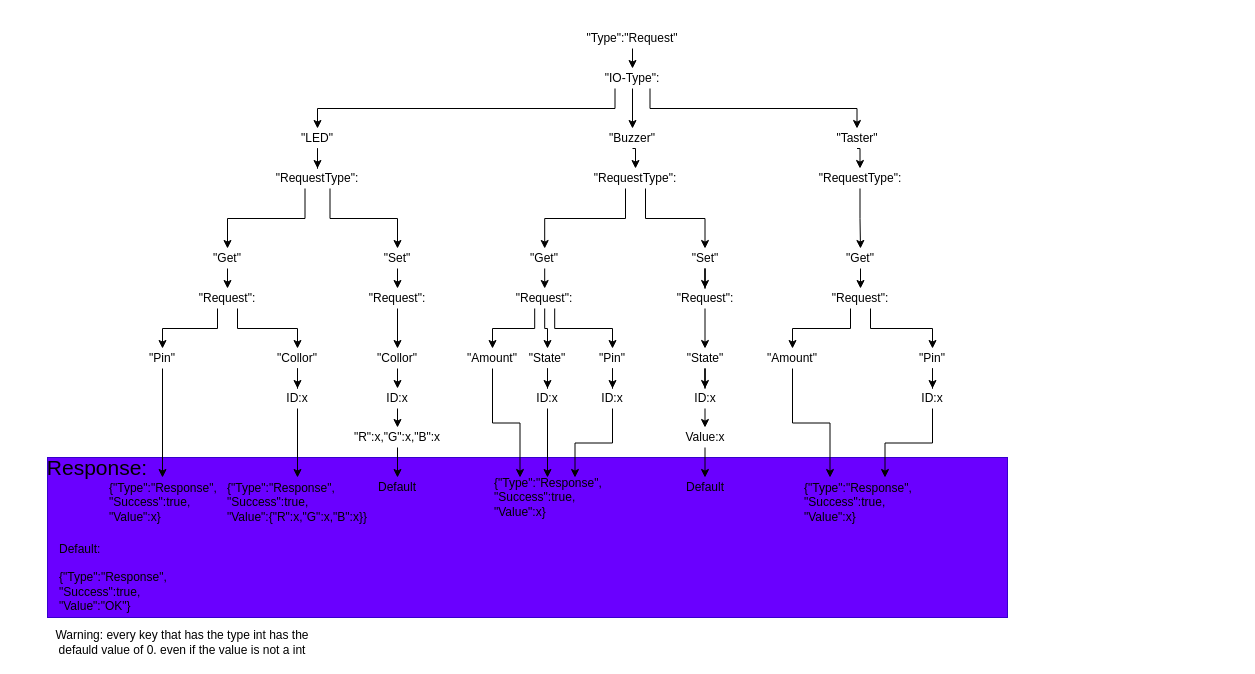
TheEinfachFelix/GameMaster keeps this draw.io diagram as src/BuzzerScript/API Doku.drawio. Above is the earlier version. Source tidied: cells renumbered, new cells numbered last; positions are measured from the earlier drawing's top-left corner, leaving out a move shared by most shapes. Both pictures are drawn from the tidied source at 100%, with x=0, y=0 at pixel (47, 28).
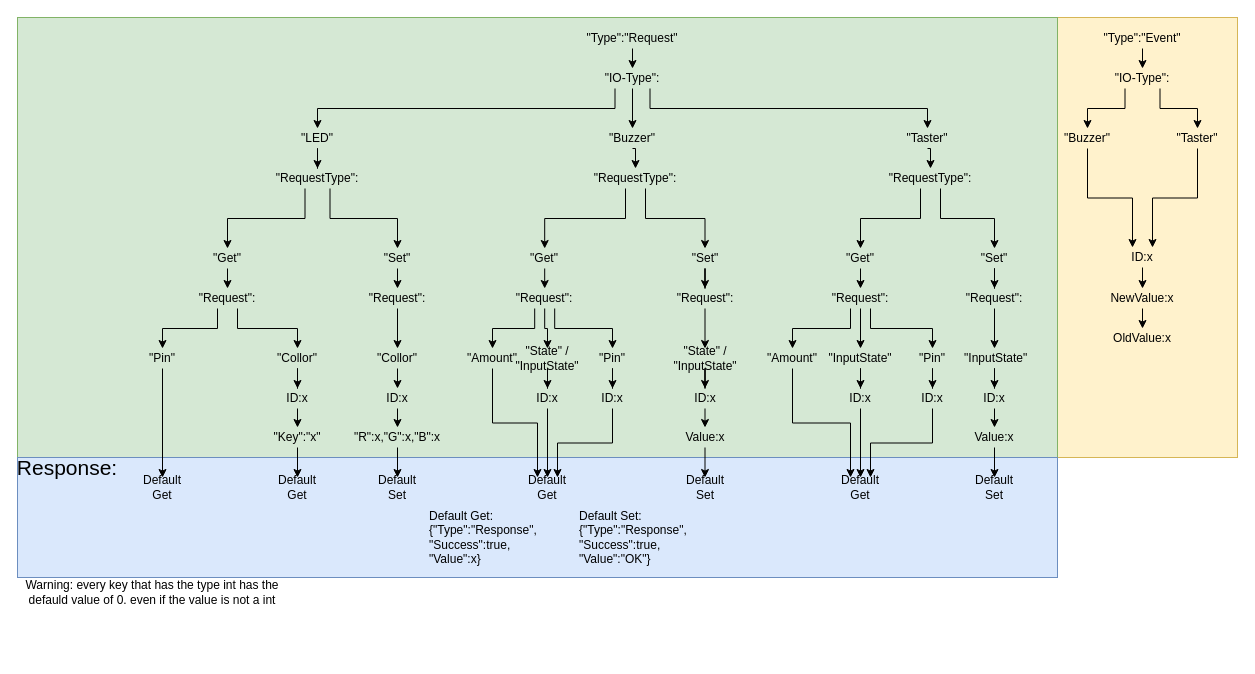
After the change.

Unchanged cells that the change refers to:
```xml
<mxCell id="32" value="&quot;Get&quot;" style="text;html=1;strokeColor=none;fillColor=none;align=center;verticalAlign=middle;whiteSpace=wrap;rounded=0;" parent="1" vertex="1">
  <mxGeometry x="793" y="220" width="40" height="20" as="geometry" />
</mxCell>
<mxCell id="43" value="&lt;div&gt;&quot;Request&quot;:&lt;/div&gt;" style="text;html=1;strokeColor=none;fillColor=none;align=center;verticalAlign=middle;whiteSpace=wrap;rounded=0;" parent="1" vertex="1">
  <mxGeometry x="793" y="260" width="40" height="20" as="geometry" />
</mxCell>
<mxCell id="45" value="&quot;Amount&quot;" style="text;html=1;strokeColor=none;fillColor=none;align=center;verticalAlign=middle;whiteSpace=wrap;rounded=0;" parent="1" vertex="1">
  <mxGeometry x="725" y="320" width="40" height="20" as="geometry" />
</mxCell>
<mxCell id="49" value="ID:x" style="text;html=1;strokeColor=none;fillColor=none;align=center;verticalAlign=middle;whiteSpace=wrap;rounded=0;" parent="1" vertex="1">
  <mxGeometry x="865" y="360" width="40" height="20" as="geometry" />
</mxCell>
<mxCell id="53" value="&quot;Amount&quot;" style="text;html=1;strokeColor=none;fillColor=none;align=center;verticalAlign=middle;whiteSpace=wrap;rounded=0;" parent="1" vertex="1">
  <mxGeometry x="425" y="320" width="40" height="20" as="geometry" />
</mxCell>
<mxCell id="57" value="ID:x" style="text;html=1;strokeColor=none;fillColor=none;align=center;verticalAlign=middle;whiteSpace=wrap;rounded=0;" parent="1" vertex="1">
  <mxGeometry x="545" y="360" width="40" height="20" as="geometry" />
</mxCell>
<mxCell id="63" value="&quot;Pin&quot;" style="text;html=1;strokeColor=none;fillColor=none;align=center;verticalAlign=middle;whiteSpace=wrap;rounded=0;" parent="1" vertex="1">
  <mxGeometry x="95" y="320" width="40" height="20" as="geometry" />
</mxCell>
<mxCell id="67" value="ID:x" style="text;html=1;strokeColor=none;fillColor=none;align=center;verticalAlign=middle;whiteSpace=wrap;rounded=0;" parent="1" vertex="1">
  <mxGeometry x="230" y="360" width="40" height="20" as="geometry" />
</mxCell>
<mxCell id="86" value="ID:x" style="text;html=1;strokeColor=none;fillColor=none;align=center;verticalAlign=middle;whiteSpace=wrap;rounded=0;" parent="1" vertex="1">
  <mxGeometry x="480" y="360" width="40" height="20" as="geometry" />
</mxCell>
```

Diff of the diagram source:
```diff
@@
+    <mxCell id="90" style="rounded=0;whiteSpace=wrap;html=1;fillColor=#fff2cc;strokeColor=#d6b656;" parent="1" vertex="1">
+      <mxGeometry x="1010" y="-11" width="180" height="440" as="geometry" />
+    </mxCell>
+    <mxCell id="91" style="rounded=0;whiteSpace=wrap;html=1;fillColor=#d5e8d4;strokeColor=#82b366;" parent="1" vertex="1">
+      <mxGeometry x="-30" y="-11" width="1040" height="440" as="geometry" />
+    </mxCell>
-    <mxCell id="2" style="rounded=0;whiteSpace=wrap;html=1;align=left;fillColor=#6a00ff;strokeColor=#3700CC;fontColor=#ffffff;" parent="1" vertex="1">
-      <mxGeometry y="429" width="960" height="160" as="geometry" />
+    <mxCell id="2" style="rounded=0;whiteSpace=wrap;html=1;align=left;fillColor=#dae8fc;strokeColor=#6c8ebf;" parent="1" vertex="1">
+      <mxGeometry x="-30" y="429" width="1040" height="120" as="geometry" />
     </mxCell>
@@
     <mxCell id="11" value="&quot;Taster&quot;" style="text;html=1;strokeColor=none;fillColor=none;align=center;verticalAlign=middle;whiteSpace=wrap;rounded=0;" parent="1" vertex="1">
-      <mxGeometry x="789.5" y="100" width="40" height="20" as="geometry" />
+      <mxGeometry x="860" y="100" width="40" height="20" as="geometry" />
     </mxCell>
@@
-    <mxCell id="29" style="edgeStyle=orthogonalEdgeStyle;rounded=0;jettySize=auto;html=1;exitX=0.5;exitY=1;exitDx=0;exitDy=0;entryX=0.5;entryY=0;entryDx=0;entryDy=0;" parent="1" edge="1" source="30" target="32">
+    <mxCell id="29" style="edgeStyle=orthogonalEdgeStyle;rounded=0;jettySize=auto;html=1;exitX=0.25;exitY=1;exitDx=0;exitDy=0;entryX=0.5;entryY=0;entryDx=0;entryDy=0;" parent="1" edge="1" source="30" target="32">
       <mxGeometry relative="1" as="geometry" />
     </mxCell>
+    <mxCell id="92" style="edgeStyle=orthogonalEdgeStyle;rounded=0;jettySize=auto;html=1;exitX=0.75;exitY=1;exitDx=0;exitDy=0;entryX=0.5;entryY=0;entryDx=0;entryDy=0;" parent="1" edge="1" source="30" target="102">
+      <mxGeometry relative="1" as="geometry" />
+    </mxCell>
     <mxCell id="30" value="&quot;RequestType&quot;:" style="text;html=1;strokeColor=none;fillColor=none;align=center;verticalAlign=middle;whiteSpace=wrap;rounded=0;" parent="1" vertex="1">
-      <mxGeometry x="792.5" y="140" width="40" height="20" as="geometry" />
+      <mxGeometry x="863" y="140" width="40" height="20" as="geometry" />
     </mxCell>
@@
+    <mxCell id="93" style="edgeStyle=orthogonalEdgeStyle;rounded=0;jettySize=auto;html=1;exitX=0.5;exitY=1;exitDx=0;exitDy=0;entryX=0.5;entryY=0;entryDx=0;entryDy=0;" parent="1" edge="1" source="43" target="113">
+      <mxGeometry relative="1" as="geometry" />
+    </mxCell>
@@
-    <mxCell id="44" style="edgeStyle=orthogonalEdgeStyle;rounded=0;jettySize=auto;html=1;exitX=0.5;exitY=1;exitDx=0;exitDy=0;entryX=0.25;entryY=0;entryDx=0;entryDy=0;" parent="1" edge="1" source="45" target="81">
+    <mxCell id="44" style="edgeStyle=orthogonalEdgeStyle;rounded=0;jettySize=auto;html=1;exitX=0.5;exitY=1;exitDx=0;exitDy=0;entryX=0.25;entryY=0;entryDx=0;entryDy=0;" parent="1" edge="1" source="45" target="100">
       <mxGeometry relative="1" as="geometry" />
     </mxCell>
@@
-    <mxCell id="48" style="edgeStyle=orthogonalEdgeStyle;rounded=0;jettySize=auto;html=1;exitX=0.5;exitY=1;exitDx=0;exitDy=0;entryX=0.75;entryY=0;entryDx=0;entryDy=0;" parent="1" edge="1" source="49" target="81">
+    <mxCell id="48" style="edgeStyle=orthogonalEdgeStyle;rounded=0;jettySize=auto;html=1;exitX=0.5;exitY=1;exitDx=0;exitDy=0;entryX=0.75;entryY=0;entryDx=0;entryDy=0;" parent="1" edge="1" source="49" target="100">
       <mxGeometry relative="1" as="geometry" />
     </mxCell>
@@
-    <mxCell id="52" style="edgeStyle=orthogonalEdgeStyle;rounded=0;jettySize=auto;html=1;exitX=0.5;exitY=1;exitDx=0;exitDy=0;entryX=0.25;entryY=0;entryDx=0;entryDy=0;" parent="1" edge="1" source="53" target="80">
+    <mxCell id="52" style="edgeStyle=orthogonalEdgeStyle;rounded=0;jettySize=auto;html=1;exitX=0.5;exitY=1;exitDx=0;exitDy=0;entryX=0.25;entryY=0;entryDx=0;entryDy=0;" parent="1" edge="1" source="53" target="99">
       <mxGeometry relative="1" as="geometry" />
     </mxCell>
@@
-    <mxCell id="56" style="edgeStyle=orthogonalEdgeStyle;rounded=0;jettySize=auto;html=1;exitX=0.5;exitY=1;exitDx=0;exitDy=0;entryX=0.75;entryY=0;entryDx=0;entryDy=0;" parent="1" edge="1" source="57" target="80">
+    <mxCell id="56" style="edgeStyle=orthogonalEdgeStyle;rounded=0;jettySize=auto;html=1;exitX=0.5;exitY=1;exitDx=0;exitDy=0;entryX=0.75;entryY=0;entryDx=0;entryDy=0;" parent="1" edge="1" source="57" target="99">
       <mxGeometry relative="1" as="geometry" />
     </mxCell>
@@
-    <mxCell id="59" value="&quot;State&quot;" style="text;html=1;strokeColor=none;fillColor=none;align=center;verticalAlign=middle;whiteSpace=wrap;rounded=0;" parent="1" vertex="1">
+    <mxCell id="59" value="&quot;State&quot; / &quot;InputState&quot;" style="text;html=1;strokeColor=none;fillColor=none;align=center;verticalAlign=middle;whiteSpace=wrap;rounded=0;" parent="1" vertex="1">
       <mxGeometry x="637.5" y="320" width="40" height="20" as="geometry" />
     </mxCell>
@@
-    <mxCell id="62" style="edgeStyle=orthogonalEdgeStyle;rounded=0;jettySize=auto;html=1;exitX=0.5;exitY=1;exitDx=0;exitDy=0;entryX=0.5;entryY=0;entryDx=0;entryDy=0;" parent="1" edge="1" source="63" target="78">
+    <mxCell id="62" style="edgeStyle=orthogonalEdgeStyle;rounded=0;jettySize=auto;html=1;exitX=0.5;exitY=1;exitDx=0;exitDy=0;entryX=0.5;entryY=0;entryDx=0;entryDy=0;" parent="1" edge="1" source="63" target="98">
       <mxGeometry relative="1" as="geometry" />
     </mxCell>
@@
-    <mxCell id="66" style="edgeStyle=orthogonalEdgeStyle;rounded=0;jettySize=auto;html=1;exitX=0.5;exitY=1;exitDx=0;exitDy=0;entryX=0.5;entryY=0;entryDx=0;entryDy=0;" parent="1" edge="1" source="67" target="79">
+    <mxCell id="66" style="edgeStyle=orthogonalEdgeStyle;rounded=0;jettySize=auto;html=1;exitX=0.5;exitY=1;exitDx=0;exitDy=0;entryX=0.5;entryY=0;entryDx=0;entryDy=0;" parent="1" edge="1" source="67" target="95">
       <mxGeometry relative="1" as="geometry" />
     </mxCell>
@@
     <mxCell id="74" value="Response:" style="text;html=1;strokeColor=none;fillColor=none;align=center;verticalAlign=middle;whiteSpace=wrap;rounded=0;fontSize=21;" parent="1" vertex="1">
-      <mxGeometry x="30" y="429" width="40" height="20" as="geometry" />
+      <mxGeometry x="-30" y="429" width="100" height="20" as="geometry" />
     </mxCell>
-    <mxCell id="75" value="Default:&lt;br&gt;&lt;br&gt;{&quot;Type&quot;:&quot;Response&quot;,&lt;br&gt;&quot;Success&quot;:true,&lt;br&gt;&quot;Value&quot;:&quot;OK&quot;}" style="text;html=1;strokeColor=none;fillColor=none;align=left;verticalAlign=middle;whiteSpace=wrap;rounded=0;" parent="1" vertex="1">
-      <mxGeometry x="10" y="519" width="100" height="60" as="geometry" />
+    <mxCell id="75" value="Default Set:&lt;br&gt;{&quot;Type&quot;:&quot;Response&quot;,&lt;br&gt;&quot;Success&quot;:true,&lt;br&gt;&quot;Value&quot;:&quot;OK&quot;}" style="text;html=1;strokeColor=none;fillColor=none;align=left;verticalAlign=middle;whiteSpace=wrap;rounded=0;" parent="1" vertex="1">
+      <mxGeometry x="530" y="479" width="100" height="60" as="geometry" />
     </mxCell>
-    <mxCell id="76" value="Default" style="text;html=1;strokeColor=none;fillColor=none;align=center;verticalAlign=middle;whiteSpace=wrap;rounded=0;" parent="1" vertex="1">
+    <mxCell id="76" value="Default Set" style="text;html=1;strokeColor=none;fillColor=none;align=center;verticalAlign=middle;whiteSpace=wrap;rounded=0;" parent="1" vertex="1">
       <mxGeometry x="330" y="449" width="40" height="20" as="geometry" />
     </mxCell>
-    <mxCell id="77" value="Default" style="text;html=1;strokeColor=none;fillColor=none;align=center;verticalAlign=middle;whiteSpace=wrap;rounded=0;" parent="1" vertex="1">
+    <mxCell id="77" value="Default Set" style="text;html=1;strokeColor=none;fillColor=none;align=center;verticalAlign=middle;whiteSpace=wrap;rounded=0;" parent="1" vertex="1">
       <mxGeometry x="637.5" y="449" width="40" height="20" as="geometry" />
     </mxCell>
-    <mxCell id="78" value="&lt;span&gt;{&quot;Type&quot;:&quot;Response&quot;,&lt;/span&gt;&lt;br&gt;&lt;span&gt;&quot;Success&quot;:true,&lt;/span&gt;&lt;br&gt;&lt;span&gt;&quot;Value&quot;:x}&lt;/span&gt;" style="text;html=1;strokeColor=none;fillColor=none;align=left;verticalAlign=middle;whiteSpace=wrap;rounded=0;" parent="1" vertex="1">
-      <mxGeometry x="60" y="449" width="110" height="50" as="geometry" />
-    </mxCell>
-    <mxCell id="79" value="&lt;span&gt;{&quot;Type&quot;:&quot;Response&quot;,&lt;/span&gt;&lt;br&gt;&lt;span&gt;&quot;Success&quot;:true,&lt;/span&gt;&lt;br&gt;&lt;span&gt;&quot;Value&quot;:{&lt;/span&gt;&lt;span style=&quot;text-align: center&quot;&gt;&quot;R&quot;:x,&quot;G&quot;:x,&quot;B&quot;:x&lt;/span&gt;&lt;span&gt;}}&lt;/span&gt;" style="text;html=1;strokeColor=none;fillColor=none;align=left;verticalAlign=middle;whiteSpace=wrap;rounded=0;" parent="1" vertex="1">
-      <mxGeometry x="177.5" y="449" width="145" height="50" as="geometry" />
-    </mxCell>
-    <mxCell id="80" value="&lt;span&gt;{&quot;Type&quot;:&quot;Response&quot;,&lt;/span&gt;&lt;br&gt;&lt;span&gt;&quot;Success&quot;:true,&lt;/span&gt;&lt;br&gt;&lt;span&gt;&quot;Value&quot;:x}&lt;/span&gt;" style="text;html=1;strokeColor=none;fillColor=none;align=left;verticalAlign=middle;whiteSpace=wrap;rounded=0;" parent="1" vertex="1">
-      <mxGeometry x="445" y="449" width="110" height="40" as="geometry" />
-    </mxCell>
-    <mxCell id="81" value="&lt;span&gt;{&quot;Type&quot;:&quot;Response&quot;,&lt;/span&gt;&lt;br&gt;&lt;span&gt;&quot;Success&quot;:true,&lt;/span&gt;&lt;br&gt;&lt;span&gt;&quot;Value&quot;:x}&lt;/span&gt;" style="text;html=1;strokeColor=none;fillColor=none;align=left;verticalAlign=middle;whiteSpace=wrap;rounded=0;" parent="1" vertex="1">
-      <mxGeometry x="755" y="449" width="110" height="50" as="geometry" />
-    </mxCell>
@@
-    <mxCell id="84" value="&quot;State&quot;" style="text;html=1;strokeColor=none;fillColor=none;align=center;verticalAlign=middle;whiteSpace=wrap;rounded=0;" parent="1" vertex="1">
+    <mxCell id="84" value="&quot;State&quot; / &quot;InputState&quot;" style="text;html=1;strokeColor=none;fillColor=none;align=center;verticalAlign=middle;whiteSpace=wrap;rounded=0;" parent="1" vertex="1">
       <mxGeometry x="480" y="320" width="40" height="20" as="geometry" />
     </mxCell>
-    <mxCell id="85" style="edgeStyle=orthogonalEdgeStyle;rounded=0;jettySize=auto;html=1;exitX=0.5;exitY=1;exitDx=0;exitDy=0;entryX=0.5;entryY=0;entryDx=0;entryDy=0;" parent="1" edge="1" source="86" target="80">
+    <mxCell id="85" style="edgeStyle=orthogonalEdgeStyle;rounded=0;jettySize=auto;html=1;exitX=0.5;exitY=1;exitDx=0;exitDy=0;entryX=0.5;entryY=0;entryDx=0;entryDy=0;" parent="1" edge="1" source="86" target="99">
       <mxGeometry relative="1" as="geometry" />
     </mxCell>
@@
     <mxCell id="87" value="Warning: every key that has the type int has the defauld value of 0. even if the value is not a int" style="text;html=1;align=center;verticalAlign=middle;whiteSpace=wrap;rounded=0;" parent="1" vertex="1">
-      <mxGeometry y="599" width="270" height="30" as="geometry" />
+      <mxGeometry x="-30" y="549" width="270" height="30" as="geometry" />
     </mxCell>
@@
+    <mxCell id="94" style="edgeStyle=orthogonalEdgeStyle;rounded=0;jettySize=auto;html=1;exitX=0.5;exitY=1;exitDx=0;exitDy=0;entryX=0.5;entryY=0;entryDx=0;entryDy=0;" parent="1" edge="1" source="95">
+      <mxGeometry relative="1" as="geometry">
+        <mxPoint x="250" y="449" as="targetPoint" />
+      </mxGeometry>
+    </mxCell>
+    <mxCell id="95" value="&quot;Key&quot;:&quot;x&quot;" style="text;html=1;strokeColor=none;fillColor=none;align=center;verticalAlign=middle;whiteSpace=wrap;rounded=0;" parent="1" vertex="1">
+      <mxGeometry x="230" y="399" width="40" height="20" as="geometry" />
+    </mxCell>
+    <mxCell id="96" value="Default Get:&lt;br&gt;{&quot;Type&quot;:&quot;Response&quot;,&lt;br&gt;&quot;Success&quot;:true,&lt;br&gt;&quot;Value&quot;:x}" style="text;html=1;strokeColor=none;fillColor=none;align=left;verticalAlign=middle;whiteSpace=wrap;rounded=0;" parent="1" vertex="1">
+      <mxGeometry x="380" y="479" width="100" height="60" as="geometry" />
+    </mxCell>
+    <mxCell id="97" value="Default Get" style="text;html=1;strokeColor=none;fillColor=none;align=center;verticalAlign=middle;whiteSpace=wrap;rounded=0;" parent="1" vertex="1">
+      <mxGeometry x="230" y="449" width="40" height="20" as="geometry" />
+    </mxCell>
+    <mxCell id="98" value="Default Get" style="text;html=1;strokeColor=none;fillColor=none;align=center;verticalAlign=middle;whiteSpace=wrap;rounded=0;" parent="1" vertex="1">
+      <mxGeometry x="95" y="449" width="40" height="20" as="geometry" />
+    </mxCell>
+    <mxCell id="99" value="Default Get" style="text;html=1;strokeColor=none;fillColor=none;align=center;verticalAlign=middle;whiteSpace=wrap;rounded=0;" parent="1" vertex="1">
+      <mxGeometry x="480" y="449" width="40" height="20" as="geometry" />
+    </mxCell>
+    <mxCell id="100" value="Default Get" style="text;html=1;strokeColor=none;fillColor=none;align=center;verticalAlign=middle;whiteSpace=wrap;rounded=0;" parent="1" vertex="1">
+      <mxGeometry x="793" y="449" width="40" height="20" as="geometry" />
+    </mxCell>
+    <mxCell id="101" style="edgeStyle=orthogonalEdgeStyle;rounded=0;jettySize=auto;html=1;entryX=0.5;entryY=0;entryDx=0;entryDy=0;" parent="1" edge="1" source="102" target="104">
+      <mxGeometry relative="1" as="geometry" />
+    </mxCell>
+    <mxCell id="102" value="&quot;Set&quot;" style="text;html=1;align=center;verticalAlign=middle;whiteSpace=wrap;rounded=0;" parent="1" vertex="1">
+      <mxGeometry x="927" y="220" width="40" height="20" as="geometry" />
+    </mxCell>
+    <mxCell id="103" style="edgeStyle=orthogonalEdgeStyle;rounded=0;jettySize=auto;html=1;exitX=0.5;exitY=1;exitDx=0;exitDy=0;entryX=0.5;entryY=0;entryDx=0;entryDy=0;" parent="1" edge="1" source="104" target="106">
+      <mxGeometry relative="1" as="geometry" />
+    </mxCell>
+    <mxCell id="104" value="&lt;div&gt;&quot;Request&quot;:&lt;/div&gt;" style="text;html=1;strokeColor=none;fillColor=none;align=center;verticalAlign=middle;whiteSpace=wrap;rounded=0;" parent="1" vertex="1">
+      <mxGeometry x="927" y="260" width="40" height="20" as="geometry" />
+    </mxCell>
+    <mxCell id="105" style="edgeStyle=orthogonalEdgeStyle;rounded=0;jettySize=auto;html=1;exitX=0.5;exitY=1;exitDx=0;exitDy=0;" parent="1" edge="1" source="106" target="108">
+      <mxGeometry relative="1" as="geometry" />
+    </mxCell>
+    <mxCell id="106" value="&amp;nbsp;&quot;InputState&quot;" style="text;html=1;align=center;verticalAlign=middle;whiteSpace=wrap;rounded=0;" parent="1" vertex="1">
+      <mxGeometry x="927" y="320" width="40" height="20" as="geometry" />
+    </mxCell>
+    <mxCell id="107" style="edgeStyle=orthogonalEdgeStyle;rounded=0;jettySize=auto;html=1;exitX=0.5;exitY=1;exitDx=0;exitDy=0;entryX=0.5;entryY=0;entryDx=0;entryDy=0;" parent="1" edge="1" source="108" target="111">
+      <mxGeometry relative="1" as="geometry" />
+    </mxCell>
+    <mxCell id="108" value="ID:x" style="text;html=1;strokeColor=none;fillColor=none;align=center;verticalAlign=middle;whiteSpace=wrap;rounded=0;" parent="1" vertex="1">
+      <mxGeometry x="927" y="360" width="40" height="20" as="geometry" />
+    </mxCell>
+    <mxCell id="109" value="Default Set" style="text;html=1;strokeColor=none;fillColor=none;align=center;verticalAlign=middle;whiteSpace=wrap;rounded=0;" parent="1" vertex="1">
+      <mxGeometry x="927" y="449" width="40" height="20" as="geometry" />
+    </mxCell>
+    <mxCell id="110" style="edgeStyle=orthogonalEdgeStyle;rounded=0;jettySize=auto;html=1;exitX=0.5;exitY=1;exitDx=0;exitDy=0;entryX=0.5;entryY=0;entryDx=0;entryDy=0;" parent="1" edge="1" source="111" target="109">
+      <mxGeometry relative="1" as="geometry" />
+    </mxCell>
+    <mxCell id="111" value="Value:x" style="text;html=1;strokeColor=none;fillColor=none;align=center;verticalAlign=middle;whiteSpace=wrap;rounded=0;" parent="1" vertex="1">
+      <mxGeometry x="927" y="399" width="40" height="20" as="geometry" />
+    </mxCell>
+    <mxCell id="112" style="edgeStyle=orthogonalEdgeStyle;rounded=0;jettySize=auto;html=1;exitX=0.5;exitY=1;exitDx=0;exitDy=0;" parent="1" edge="1" source="113" target="115">
+      <mxGeometry relative="1" as="geometry" />
+    </mxCell>
+    <mxCell id="113" value="&quot;InputState&quot;" style="text;html=1;align=center;verticalAlign=middle;whiteSpace=wrap;rounded=0;" parent="1" vertex="1">
+      <mxGeometry x="793" y="320" width="40" height="20" as="geometry" />
+    </mxCell>
+    <mxCell id="114" style="edgeStyle=orthogonalEdgeStyle;rounded=0;jettySize=auto;html=1;exitX=0.5;exitY=1;exitDx=0;exitDy=0;entryX=0.5;entryY=0;entryDx=0;entryDy=0;" parent="1" edge="1" source="115" target="100">
+      <mxGeometry relative="1" as="geometry" />
+    </mxCell>
+    <mxCell id="115" value="ID:x" style="text;html=1;strokeColor=none;fillColor=none;align=center;verticalAlign=middle;whiteSpace=wrap;rounded=0;" parent="1" vertex="1">
+      <mxGeometry x="793" y="360" width="40" height="20" as="geometry" />
+    </mxCell>
+    <mxCell id="116" value="&lt;div&gt;&quot;Type&quot;:&quot;Event&quot;&lt;/div&gt;" style="text;whiteSpace=wrap;html=1;align=center;verticalAlign=middle;" parent="1" vertex="1">
+      <mxGeometry x="1040" width="110" height="20" as="geometry" />
+    </mxCell>
+    <mxCell id="117" style="endArrow=classic;html=1;exitX=0.5;exitY=1;exitDx=0;exitDy=0;entryX=0.5;entryY=0;entryDx=0;entryDy=0;" parent="1" edge="1" source="116" target="120">
+      <mxGeometry relative="1" as="geometry" />
+    </mxCell>
+    <mxCell id="118" style="edgeStyle=orthogonalEdgeStyle;rounded=0;jettySize=auto;html=1;exitX=0.25;exitY=1;exitDx=0;exitDy=0;entryX=0.5;entryY=0;entryDx=0;entryDy=0;" parent="1" edge="1" source="120" target="122">
+      <mxGeometry relative="1" as="geometry" />
+    </mxCell>
+    <mxCell id="119" style="edgeStyle=orthogonalEdgeStyle;rounded=0;jettySize=auto;html=1;exitX=0.75;exitY=1;exitDx=0;exitDy=0;entryX=0.5;entryY=0;entryDx=0;entryDy=0;" parent="1" edge="1" source="120" target="124">
+      <mxGeometry relative="1" as="geometry" />
+    </mxCell>
+    <mxCell id="120" value="&quot;IO-Type&quot;:" style="text;html=1;strokeColor=none;fillColor=none;align=center;verticalAlign=middle;whiteSpace=wrap;rounded=0;" parent="1" vertex="1">
+      <mxGeometry x="1060" y="40" width="70" height="20" as="geometry" />
+    </mxCell>
+    <mxCell id="121" style="edgeStyle=orthogonalEdgeStyle;rounded=0;jettySize=auto;html=1;exitX=0.5;exitY=1;exitDx=0;exitDy=0;entryX=0.25;entryY=0;entryDx=0;entryDy=0;" parent="1" edge="1" source="122" target="126">
+      <mxGeometry relative="1" as="geometry" />
+    </mxCell>
+    <mxCell id="122" value="&quot;Buzzer&quot;" style="text;html=1;strokeColor=none;fillColor=none;align=center;verticalAlign=middle;whiteSpace=wrap;rounded=0;" parent="1" vertex="1">
+      <mxGeometry x="1020" y="100" width="40" height="20" as="geometry" />
+    </mxCell>
+    <mxCell id="123" style="edgeStyle=orthogonalEdgeStyle;rounded=0;jettySize=auto;html=1;exitX=0.5;exitY=1;exitDx=0;exitDy=0;entryX=0.75;entryY=0;entryDx=0;entryDy=0;" parent="1" edge="1" source="124" target="126">
+      <mxGeometry relative="1" as="geometry" />
+    </mxCell>
+    <mxCell id="124" value="&quot;Taster&quot;" style="text;html=1;strokeColor=none;fillColor=none;align=center;verticalAlign=middle;whiteSpace=wrap;rounded=0;" parent="1" vertex="1">
+      <mxGeometry x="1130" y="100" width="40" height="20" as="geometry" />
+    </mxCell>
+    <mxCell id="125" style="edgeStyle=orthogonalEdgeStyle;rounded=0;jettySize=auto;html=1;exitX=0.5;exitY=1;exitDx=0;exitDy=0;entryX=0.5;entryY=0;entryDx=0;entryDy=0;" parent="1" edge="1" source="126" target="128">
+      <mxGeometry relative="1" as="geometry" />
+    </mxCell>
+    <mxCell id="126" value="ID:x" style="text;html=1;strokeColor=none;fillColor=none;align=center;verticalAlign=middle;whiteSpace=wrap;rounded=0;" parent="1" vertex="1">
+      <mxGeometry x="1075" y="219" width="40" height="20" as="geometry" />
+    </mxCell>
+    <mxCell id="127" style="edgeStyle=orthogonalEdgeStyle;rounded=0;jettySize=auto;html=1;exitX=0.5;exitY=1;exitDx=0;exitDy=0;entryX=0.5;entryY=0;entryDx=0;entryDy=0;" parent="1" edge="1" source="128" target="129">
+      <mxGeometry relative="1" as="geometry" />
+    </mxCell>
+    <mxCell id="128" value="NewValue:x" style="text;html=1;strokeColor=none;fillColor=none;align=center;verticalAlign=middle;whiteSpace=wrap;rounded=0;" parent="1" vertex="1">
+      <mxGeometry x="1075" y="260" width="40" height="20" as="geometry" />
+    </mxCell>
+    <mxCell id="129" value="OldValue:x" style="text;html=1;strokeColor=none;fillColor=none;align=center;verticalAlign=middle;whiteSpace=wrap;rounded=0;" parent="1" vertex="1">
+      <mxGeometry x="1075" y="300" width="40" height="20" as="geometry" />
+    </mxCell>
```
